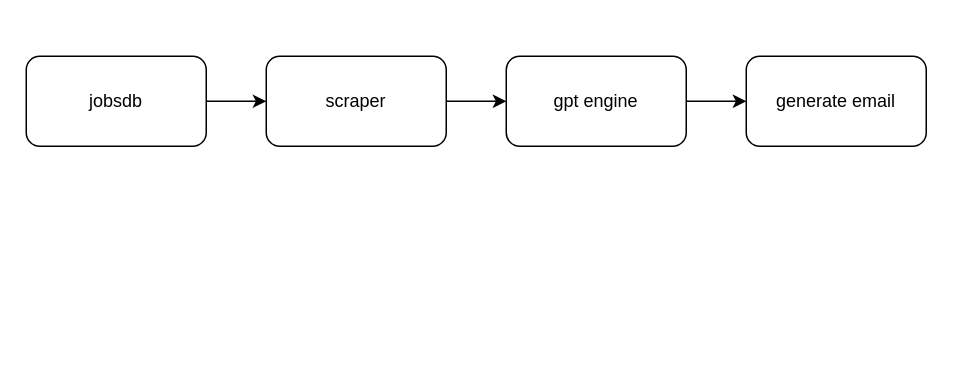
louiscklaw/find-job-public-archive keeps this draw.io diagram as docs/block_diagram.drawio. Above is the earlier version. Source tidied: cells renumbered, new cells numbered last; positions are measured from the earlier drawing's top-left corner, leaving out a move shared by most shapes. Both pictures are drawn from the tidied source at 150%, with x=0, y=0 at pixel (26, 56).
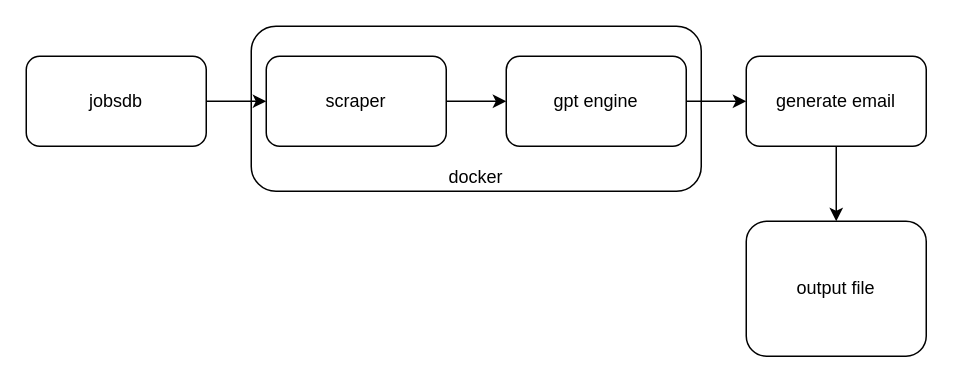
Above is the later version.

Diff of the diagram source:
```diff
@@
 <mxGraphModel>
   <root>
     <mxCell id="0" />
     <mxCell id="1" parent="0" />
+    <mxCell id="9" value="output file" style="rounded=1;whiteSpace=wrap;html=1;verticalAlign=middle;" parent="1" vertex="1">
+      <mxGeometry x="480" y="110" width="120" height="90" as="geometry" />
+    </mxCell>
+    <mxCell id="10" value="docker" style="rounded=1;whiteSpace=wrap;html=1;verticalAlign=bottom;" parent="1" vertex="1">
+      <mxGeometry x="150" y="-20" width="300" height="110" as="geometry" />
+    </mxCell>
     <mxCell id="2" style="edgeStyle=none;html=1;" parent="1" edge="1" source="3" target="5">
       <mxGeometry relative="1" as="geometry" />
     </mxCell>
     <mxCell id="3" value="jobsdb" style="rounded=1;whiteSpace=wrap;html=1;" parent="1" vertex="1">
       <mxGeometry width="120" height="60" as="geometry" />
     </mxCell>
     <mxCell id="4" style="edgeStyle=none;html=1;" parent="1" edge="1" source="5" target="7">
       <mxGeometry relative="1" as="geometry" />
     </mxCell>
     <mxCell id="5" value="scraper" style="whiteSpace=wrap;html=1;rounded=1;" parent="1" vertex="1">
       <mxGeometry x="160" width="120" height="60" as="geometry" />
     </mxCell>
     <mxCell id="6" style="edgeStyle=none;html=1;" parent="1" edge="1" source="7" target="8">
       <mxGeometry relative="1" as="geometry" />
     </mxCell>
     <mxCell id="7" value="gpt engine" style="whiteSpace=wrap;html=1;rounded=1;" parent="1" vertex="1">
       <mxGeometry x="320" width="120" height="60" as="geometry" />
     </mxCell>
     <mxCell id="8" value="generate email" style="whiteSpace=wrap;html=1;rounded=1;" parent="1" vertex="1">
       <mxGeometry x="480" width="120" height="60" as="geometry" />
     </mxCell>
+    <mxCell id="11" style="endArrow=classic;html=1;" parent="1" edge="1" source="8" target="9">
+      <mxGeometry relative="1" as="geometry" />
+    </mxCell>
   </root>
 </mxGraphModel>
```
